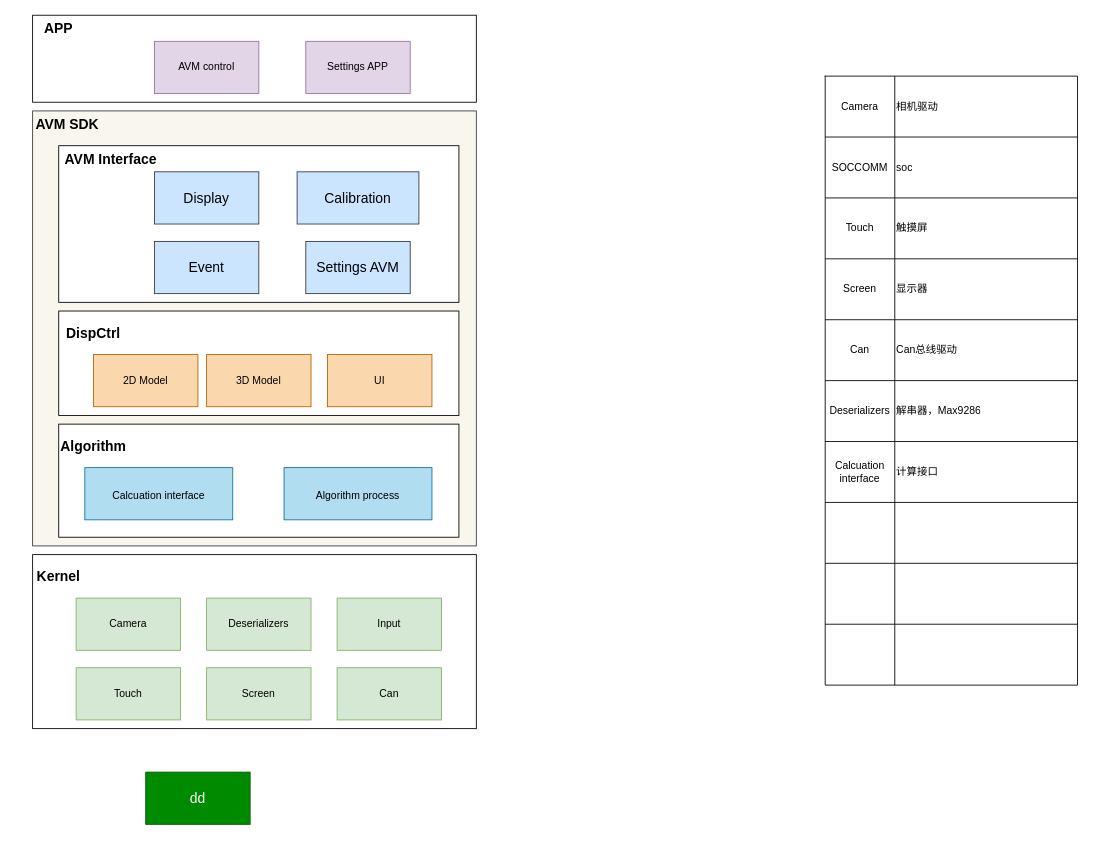
Before: page "软件架构" (1 of 2) of AVM1.0.drawio in bugquella/diagrams, a draw.io diagram. Source tidied: cells renumbered, new cells numbered last; positions are measured from the earlier drawing's top-left corner, leaving out a move shared by most shapes. Both pictures are drawn from the tidied source at 87%, with x=0, y=0 at pixel (15, 15).
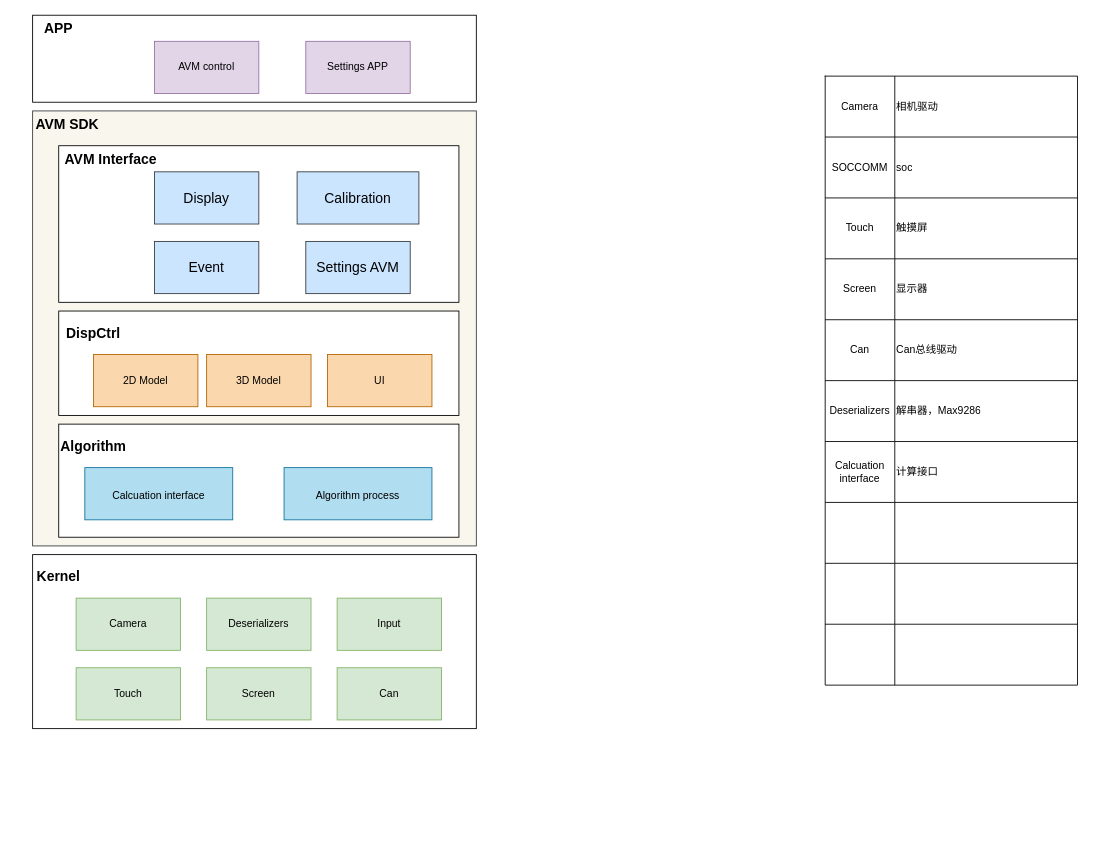
Above is the later version.

Change to the diagram source:
```diff
@@
-    <mxCell id="64" value="dd" style="rounded=0;whiteSpace=wrap;html=1;fontSize=16;fontColor=#ffffff;strokeColor=#005700;fillColor=#008a00;" parent="1" vertex="1">
-      <mxGeometry x="150" y="870" width="120" height="60" as="geometry" />
-    </mxCell>
```
